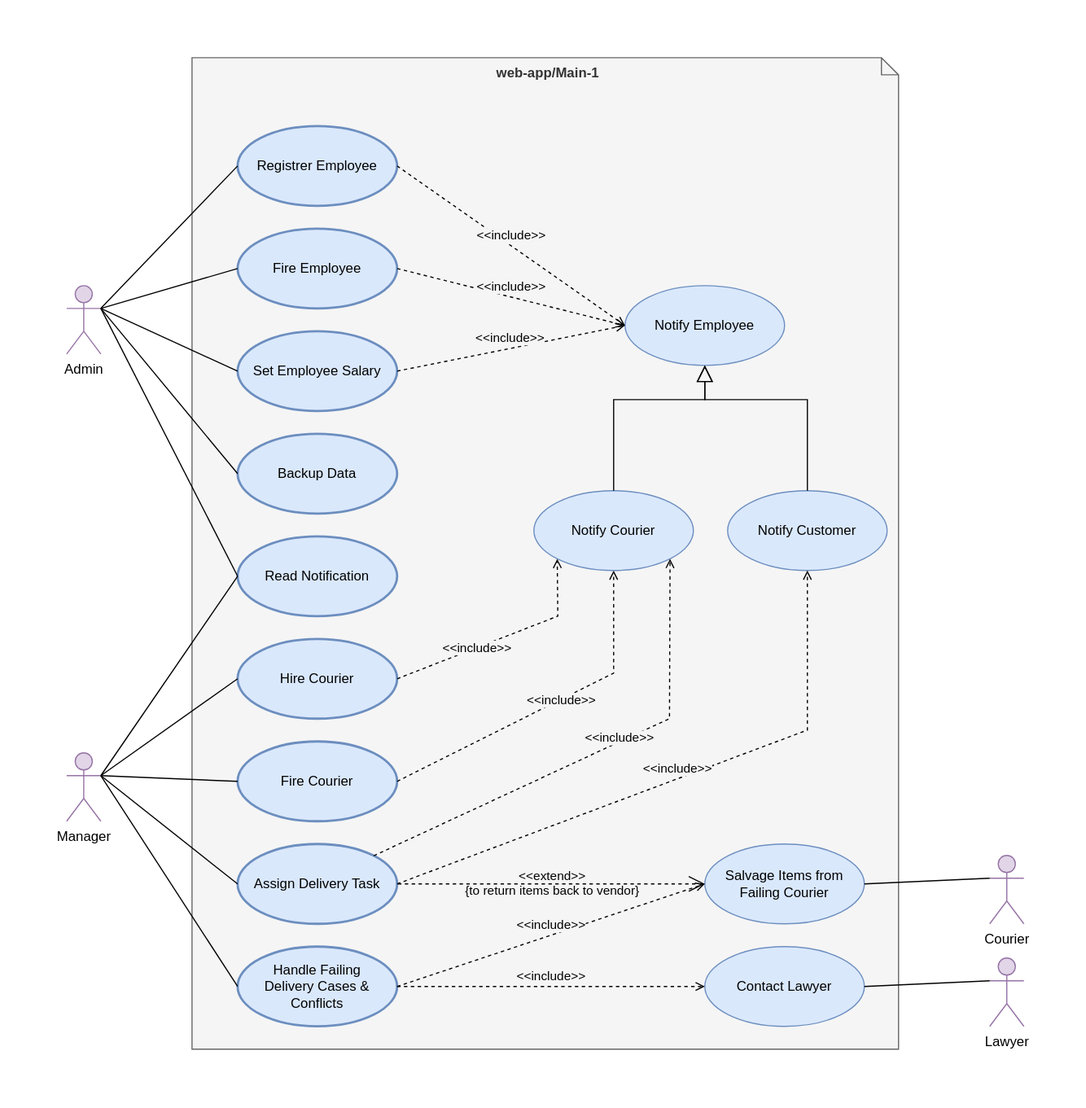
Before: software requirement/spec/media/main-use-case-diagram-1.drawio.svg, a diagram exported from draw.io (nati-esh-zed/online_shopping_webapp). Source tidied: cells renumbered, new cells last; positions are measured from the earlier drawing's top-left corner, leaving out a move shared by most shapes.
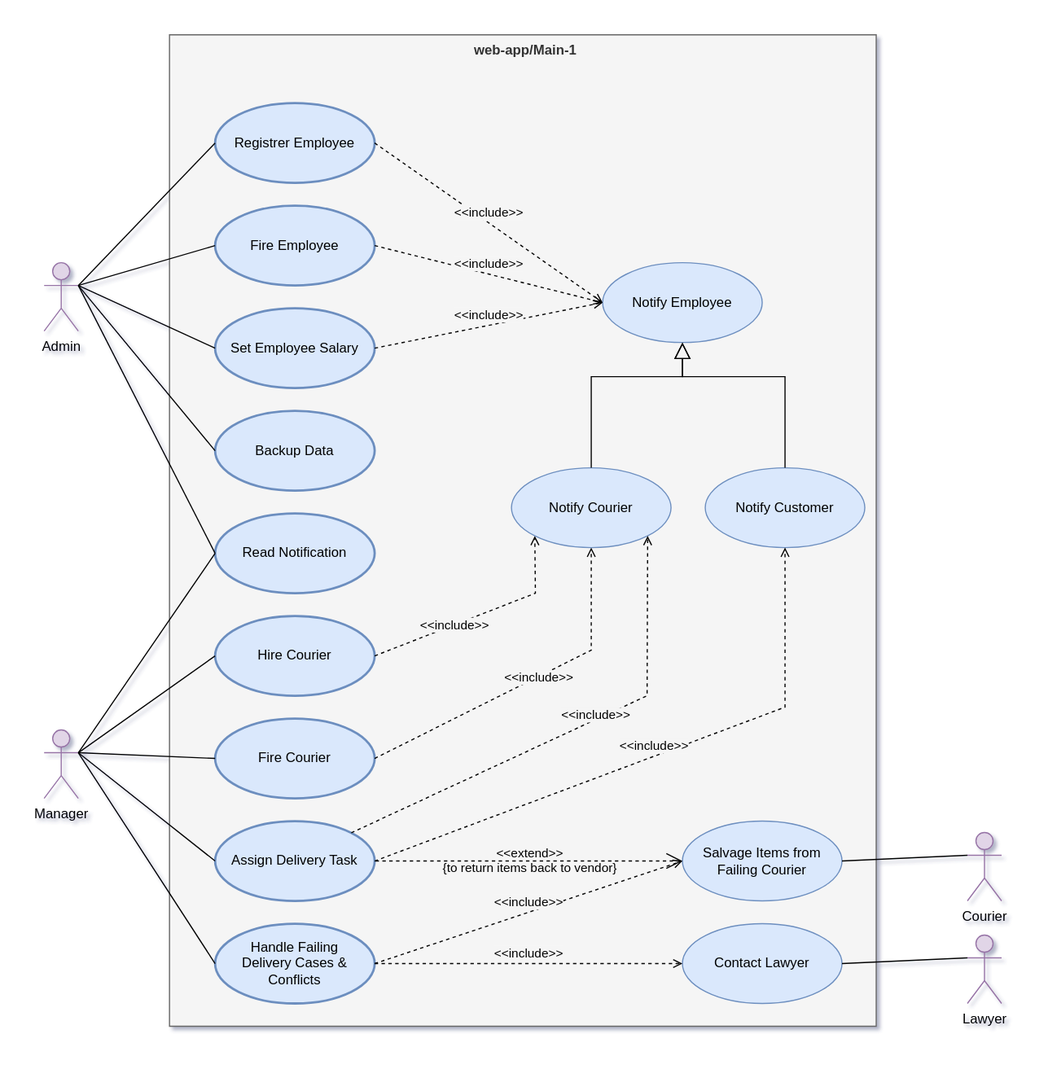
Above is the later version.

Commit message:
update use case diagram and related exports

Diff of the diagram source:
```diff
@@ -2,7 +2,7 @@
   <root>
     <mxCell id="0" />
     <mxCell id="1" parent="0" />
-    <mxCell id="2" value="web-app/Main-1" style="shape=note;html=1;verticalAlign=top;fontStyle=1;whiteSpace=wrap;align=center;fillColor=#f5f5f5;fontColor=#333333;strokeColor=#666666;size=15;spacingLeft=5;labelBackgroundColor=#f5f5f5;" parent="1" vertex="1">
+    <mxCell id="2" value="web-app/Main-1" style="shape=note;html=1;verticalAlign=top;fontStyle=1;whiteSpace=wrap;align=center;fillColor=#f5f5f5;fontColor=#333333;strokeColor=#666666;size=0;spacingLeft=5;labelBackgroundColor=#f5f5f5;" parent="1" vertex="1">
       <mxGeometry x="110" width="620" height="870" as="geometry" />
     </mxCell>
     <mxCell id="3" value="Admin" style="shape=umlActor;html=1;verticalLabelPosition=bottom;verticalAlign=top;align=center;fillColor=#e1d5e7;strokeColor=#9673a6;" parent="1" vertex="1">
```
